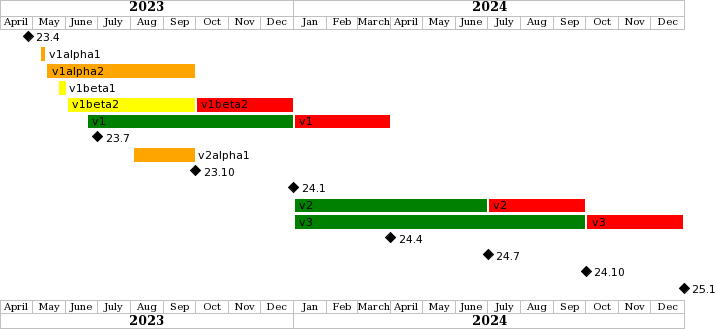
Above: modules/contributor/images/adr/28-crd-versions.png in stackabletech/documentation (PlantUML), before the change.
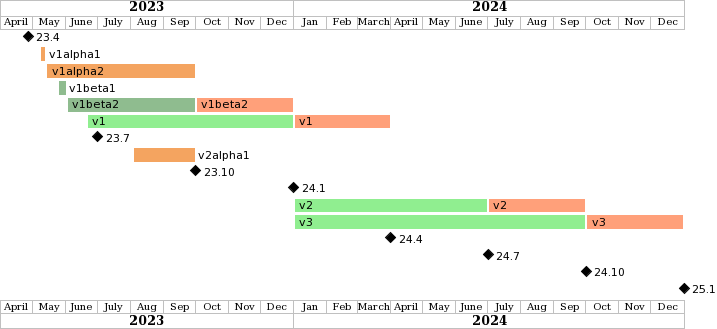
After the change.

Change to the diagram source:
```diff
@@ -1,28 +1,28 @@
-@startgantt
+@startgantt crd-versions
 printscale monthly
 Project starts the 2023-04-01
 
 [23.4] happens 2023-04-27
 
 
-[v1alpha1] starts 2023-05-08 and ends 2023-05-14 and is colored in Orange
-[v1alpha2] starts 2023-05-14 and ends 2023-10-01 and is colored in Orange
-[v1beta1]  starts 2023-05-25 and ends 2023-06-02 and is colored in Yellow
-[v1beta2]  starts 2023-06-02 and ends 2023-10-01 and is colored in Yellow
-[v1beta2 ] starts 2023-10-01 and ends 2024-01-01 and is colored in Red
+[v1alpha1] starts 2023-05-08 and ends 2023-05-14 and is colored in SandyBrown
+[v1alpha2] starts 2023-05-14 and ends 2023-10-01 and is colored in SandyBrown
+[v1beta1]  starts 2023-05-25 and ends 2023-06-02 and is colored in DarkSeaGreen
+[v1beta2]  starts 2023-06-02 and ends 2023-10-01 and is colored in DarkSeaGreen
+[v1beta2 ] starts 2023-10-01 and ends 2024-01-01 and is colored in LightSalmon
 [v1beta2 ] displays on same row as [v1beta2]
-[v1]       starts 2023-06-21 and ends 2024-01-01 and is colored in Green
+[v1]       starts 2023-06-21 and ends 2024-01-01 and is colored in LightGreen
 [23.7] happens 2023-07-01
-[v1 ]   starts 2024-01-01 and ends 2024-04-01 and is colored in Red
+[v1 ]   starts 2024-01-01 and ends 2024-04-01 and is colored in LightSalmon
 [v1 ] displays on same row as [v1]
-[v2alpha1] starts 2023-08-03 and ends 2023-10-01 and is colored in Orange
+[v2alpha1] starts 2023-08-03 and ends 2023-10-01 and is colored in SandyBrown
 [23.10] happens 2023-10-01
 [24.1] happens 2024-01-01
-[v2]       starts 2024-01-01 and ends 2024-07-01 and is colored in Green
-[v2 ]   starts 2024-07-01 and ends 2024-10-01 and is colored in Red
+[v2]       starts 2024-01-01 and ends 2024-07-01 and is colored in LightGreen
+[v2 ]   starts 2024-07-01 and ends 2024-10-01 and is colored in LightSalmon
 [v2 ] displays on same row as [v2]
-[v3]       starts 2024-01-01 and ends 2024-10-01 and is colored in Green
-[v3 ]   starts 2024-10-01 and ends 2025-01-01 and is colored in Red
+[v3]       starts 2024-01-01 and ends 2024-10-01 and is colored in LightGreen
+[v3 ]   starts 2024-10-01 and ends 2025-01-01 and is colored in LightSalmon
 [v3 ] displays on same row as [v3]
 [24.4] happens 2024-04-01
 [24.7] happens 2024-07-01
```
